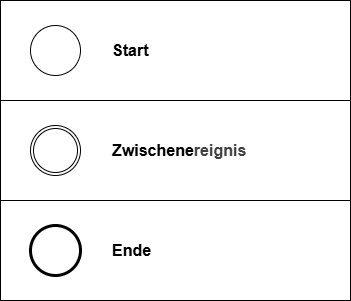
Before: slides/content/slides/Informatik/Business-Process-Modelling/assets/bpmn-ereignisse.drawio.png, a diagram exported from draw.io (HTL-Wolfsberg-Betriebsinformatik/skript). Source tidied: cells renumbered, new cells last; positions are measured from the earlier drawing's top-left corner, leaving out a move shared by most shapes. Its diagram source:
```xml
<mxGraphModel>
  <root>
    <mxCell id="0" />
    <mxCell id="1" parent="0" />
    <mxCell id="2" style="rounded=0;whiteSpace=wrap;html=1;fillColor=none;" parent="1" vertex="1">
      <mxGeometry width="350" height="100" as="geometry" />
    </mxCell>
    <mxCell id="3" style="rounded=0;whiteSpace=wrap;html=1;fillColor=none;" parent="1" vertex="1">
      <mxGeometry y="100" width="350" height="100" as="geometry" />
    </mxCell>
    <mxCell id="4" style="rounded=0;whiteSpace=wrap;html=1;fillColor=none;" parent="1" vertex="1">
      <mxGeometry y="200" width="350" height="100" as="geometry" />
    </mxCell>
    <mxCell id="5" style="shape=mxgraph.bpmn.event;html=1;verticalLabelPosition=bottom;labelBackgroundColor=#ffffff;verticalAlign=top;align=center;perimeter=ellipsePerimeter;outline=standard;symbol=general;" parent="1" vertex="1">
      <mxGeometry x="30" y="25" width="50" height="50" as="geometry" />
    </mxCell>
    <mxCell id="6" style="shape=mxgraph.bpmn.event;html=1;verticalLabelPosition=bottom;labelBackgroundColor=#ffffff;verticalAlign=top;align=center;perimeter=ellipsePerimeter;outline=throwing;symbol=general;" parent="1" vertex="1">
      <mxGeometry x="30" y="125" width="50" height="50" as="geometry" />
    </mxCell>
    <mxCell id="7" style="shape=mxgraph.bpmn.event;html=1;verticalLabelPosition=bottom;labelBackgroundColor=#ffffff;verticalAlign=top;align=center;perimeter=ellipsePerimeter;outline=end;symbol=terminate2;" parent="1" vertex="1">
      <mxGeometry x="30" y="225" width="50" height="50" as="geometry" />
    </mxCell>
    <mxCell id="8" value="Start" style="text;html=1;align=left;verticalAlign=middle;whiteSpace=wrap;rounded=0;fontSize=16;fontStyle=1;" parent="1" vertex="1">
      <mxGeometry x="110" y="35" width="220" height="30" as="geometry" />
    </mxCell>
    <mxCell id="9" value="Zwischene&lt;span style=&quot;color: rgb(63, 63, 63); background-color: transparent;&quot;&gt;reignis&lt;/span&gt;" style="text;html=1;align=left;verticalAlign=middle;whiteSpace=wrap;rounded=0;fontSize=16;fontStyle=1;" parent="1" vertex="1">
      <mxGeometry x="110" y="135" width="220" height="30" as="geometry" />
    </mxCell>
    <mxCell id="10" value="Ende" style="text;html=1;align=left;verticalAlign=middle;whiteSpace=wrap;rounded=0;fontSize=16;fontStyle=1;" parent="1" vertex="1">
      <mxGeometry x="110" y="235" width="220" height="30" as="geometry" />
    </mxCell>
  </root>
</mxGraphModel>
```
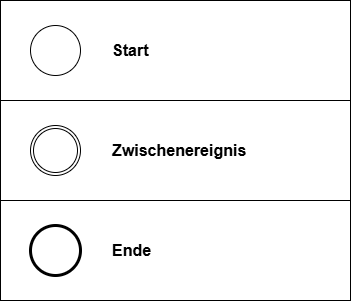
The same diagram one commit later.

The edit, as a diff of the source:
```diff
@@ -23,7 +23,7 @@
     <mxCell id="8" value="Start" style="text;html=1;align=left;verticalAlign=middle;whiteSpace=wrap;rounded=0;fontSize=16;fontStyle=1;" parent="1" vertex="1">
       <mxGeometry x="110" y="35" width="220" height="30" as="geometry" />
     </mxCell>
-    <mxCell id="9" value="Zwischene&lt;span style=&quot;color: rgb(63, 63, 63); background-color: transparent;&quot;&gt;reignis&lt;/span&gt;" style="text;html=1;align=left;verticalAlign=middle;whiteSpace=wrap;rounded=0;fontSize=16;fontStyle=1;" parent="1" vertex="1">
+    <mxCell id="9" value="Zwischene&lt;span style=&quot;background-color: transparent;&quot;&gt;reignis&lt;/span&gt;" style="text;html=1;align=left;verticalAlign=middle;whiteSpace=wrap;rounded=0;fontSize=16;fontStyle=1;fontColor=#000000;" parent="1" vertex="1">
       <mxGeometry x="110" y="135" width="220" height="30" as="geometry" />
     </mxCell>
     <mxCell id="10" value="Ende" style="text;html=1;align=left;verticalAlign=middle;whiteSpace=wrap;rounded=0;fontSize=16;fontStyle=1;" parent="1" vertex="1">
```
